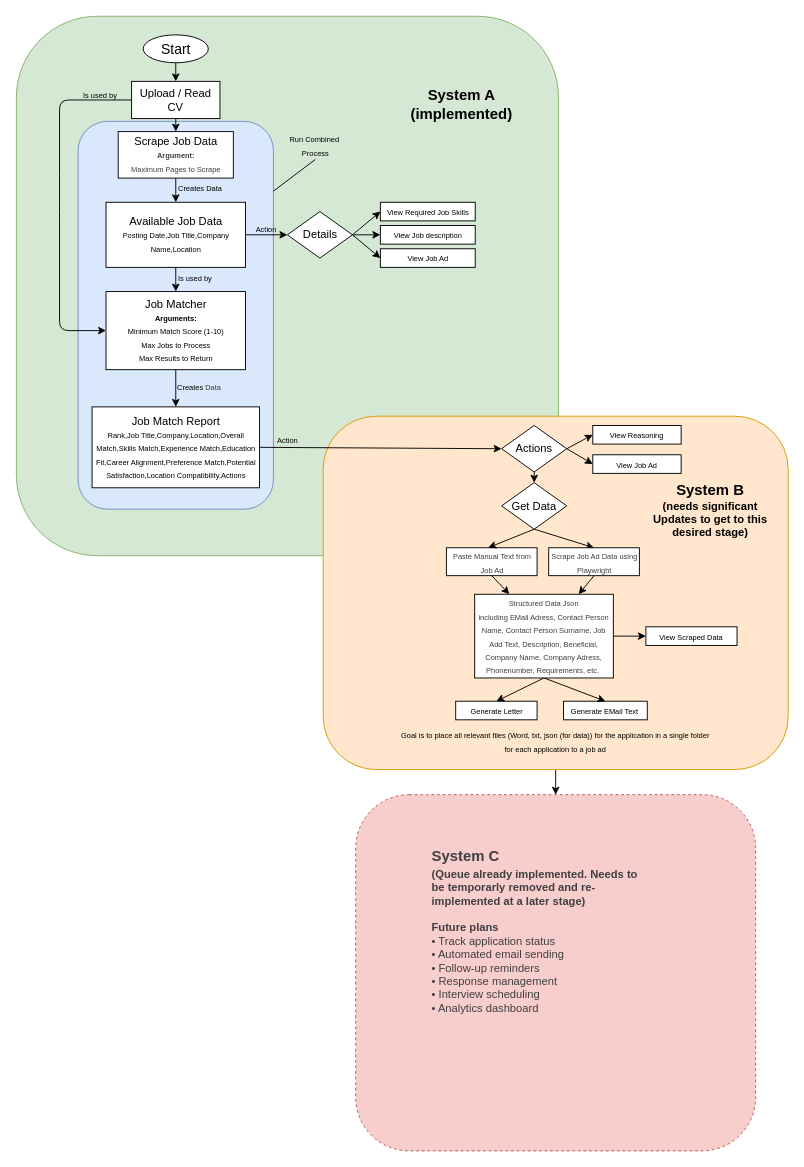
Before: docs/Detailed Implementation Plan File Reorganization & Simplification/flow.drawio in ClaudioLutz/JobSearchAI, a draw.io diagram. Source tidied: cells renumbered, new cells numbered last; positions are measured from the earlier drawing's top-left corner, leaving out a move shared by most shapes. Both pictures are drawn from the tidied source at 93%, with x=0, y=0 at pixel (16, 16).
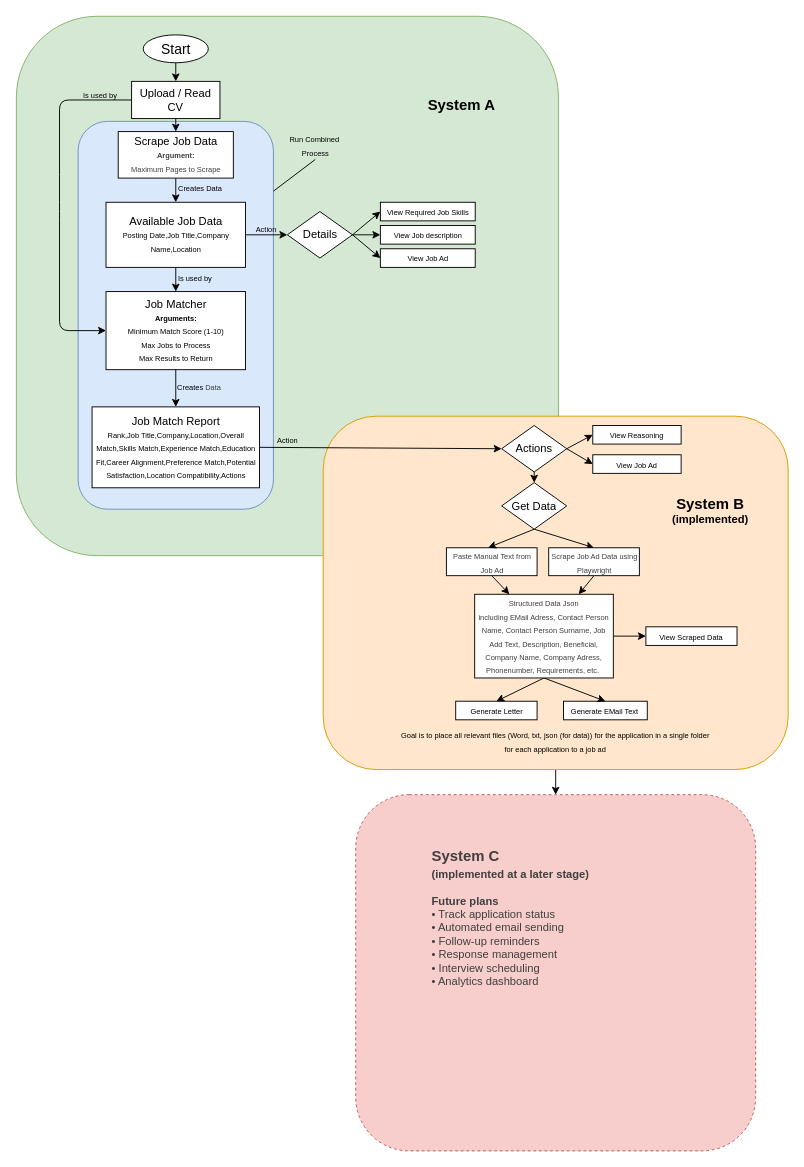
After the change.

What changed in the source:
```diff
@@
-    <mxCell id="45" value="&lt;font style=&quot;font-size: 16px;&quot;&gt;&lt;b&gt;System A&lt;/b&gt;&lt;/font&gt;&lt;div&gt;&lt;font style=&quot;font-size: 16px;&quot;&gt;&lt;b&gt;(implemented)&lt;/b&gt;&lt;/font&gt;&lt;/div&gt;" style="text;html=1;align=center;verticalAlign=middle;whiteSpace=wrap;rounded=0;" parent="1" vertex="1">
+    <mxCell id="45" value="&lt;font style=&quot;font-size: 16px;&quot;&gt;&lt;b&gt;System A&lt;/b&gt;&lt;/font&gt;" style="text;html=1;align=center;verticalAlign=middle;whiteSpace=wrap;rounded=0;" parent="1" vertex="1">
       <mxGeometry x="419" y="70" width="120" height="50" as="geometry" />
     </mxCell>
@@
-    <mxCell id="58" value="&lt;font style=&quot;font-size: 16px;&quot;&gt;&lt;b&gt;System B&lt;/b&gt;&lt;/font&gt;&lt;div&gt;&lt;font&gt;&lt;b style=&quot;&quot;&gt;(needs significant Updates to get to this desired stage)&lt;/b&gt;&lt;/font&gt;&lt;/div&gt;" style="text;html=1;align=center;verticalAlign=middle;whiteSpace=wrap;rounded=0;" parent="1" vertex="1">
+    <mxCell id="58" value="&lt;font style=&quot;font-size: 16px;&quot;&gt;&lt;b&gt;System B&lt;/b&gt;&lt;/font&gt;&lt;div&gt;&lt;font&gt;&lt;b style=&quot;&quot;&gt;(implemented)&lt;/b&gt;&lt;/font&gt;&lt;/div&gt;" style="text;html=1;align=center;verticalAlign=middle;whiteSpace=wrap;rounded=0;" parent="1" vertex="1">
       <mxGeometry x="684" y="501.5" width="125" height="58.5" as="geometry" />
     </mxCell>
-    <mxCell id="59" value="&lt;h1 style=&quot;margin-top: 0px;&quot;&gt;&lt;font style=&quot;color: rgb(63, 63, 63); scrollbar-color: rgb(226, 226, 226) rgb(251, 251, 251); font-weight: 400; text-align: center; font-size: 16px;&quot;&gt;&lt;b style=&quot;color: rgb(63, 63, 63); scrollbar-color: rgb(226, 226, 226) rgb(251, 251, 251);&quot;&gt;System C&lt;/b&gt;&lt;/font&gt;&lt;div style=&quot;color: rgb(63, 63, 63); scrollbar-color: rgb(226, 226, 226) rgb(251, 251, 251); font-size: 12px; font-weight: 400;&quot;&gt;&lt;font style=&quot;color: rgb(63, 63, 63); scrollbar-color: rgb(226, 226, 226) rgb(251, 251, 251);&quot;&gt;&lt;b style=&quot;color: rgb(63, 63, 63); scrollbar-color: rgb(226, 226, 226) rgb(251, 251, 251);&quot;&gt;(Queue already implemented. Needs to be temporarly removed and re-implemented at a later stage)&lt;/b&gt;&lt;/font&gt;&lt;/div&gt;&lt;div style=&quot;color: rgb(63, 63, 63); scrollbar-color: rgb(226, 226, 226) rgb(251, 251, 251); font-size: 12px; font-weight: 400;&quot;&gt;&lt;font style=&quot;color: rgb(63, 63, 63); scrollbar-color: rgb(226, 226, 226) rgb(251, 251, 251);&quot;&gt;&lt;b style=&quot;color: rgb(63, 63, 63); scrollbar-color: rgb(226, 226, 226) rgb(251, 251, 251);&quot;&gt;&lt;br&gt;&lt;/b&gt;&lt;/font&gt;&lt;/div&gt;&lt;div style=&quot;color: rgb(63, 63, 63); scrollbar-color: rgb(226, 226, 226) rgb(251, 251, 251); font-size: 12px; font-weight: 400;&quot;&gt;&lt;font style=&quot;color: rgb(63, 63, 63); scrollbar-color: rgb(226, 226, 226) rgb(251, 251, 251);&quot;&gt;&lt;b style=&quot;color: rgb(63, 63, 63); scrollbar-color: rgb(226, 226, 226) rgb(251, 251, 251);&quot;&gt;Future plans&lt;/b&gt;&lt;/font&gt;&lt;/div&gt;&lt;div style=&quot;color: rgb(63, 63, 63); scrollbar-color: rgb(226, 226, 226) rgb(251, 251, 251); font-size: 12px; font-weight: 400;&quot;&gt;&lt;span style=&quot;color: rgb(63, 63, 63); background-color: transparent;&quot;&gt;• Track application status&lt;/span&gt;&lt;/div&gt;&lt;div style=&quot;color: rgb(63, 63, 63); scrollbar-color: rgb(226, 226, 226) rgb(251, 251, 251); font-size: 12px; font-weight: 400;&quot;&gt;&lt;span style=&quot;color: rgb(63, 63, 63); background-color: transparent;&quot;&gt;• Automated email sending&amp;nbsp;&lt;/span&gt;&lt;/div&gt;&lt;div style=&quot;color: rgb(63, 63, 63); scrollbar-color: rgb(226, 226, 226) rgb(251, 251, 251); font-size: 12px; font-weight: 400;&quot;&gt;&lt;span style=&quot;color: rgb(63, 63, 63); background-color: transparent;&quot;&gt;• Follow-up reminders&amp;nbsp; &amp;nbsp; &amp;nbsp;&lt;/span&gt;&lt;/div&gt;&lt;div style=&quot;color: rgb(63, 63, 63); scrollbar-color: rgb(226, 226, 226) rgb(251, 251, 251); font-size: 12px; font-weight: 400;&quot;&gt;&lt;span style=&quot;color: rgb(63, 63, 63); background-color: transparent;&quot;&gt;• Response management&amp;nbsp; &amp;nbsp; &amp;nbsp;&lt;/span&gt;&lt;/div&gt;&lt;div style=&quot;color: rgb(63, 63, 63); scrollbar-color: rgb(226, 226, 226) rgb(251, 251, 251); font-size: 12px; font-weight: 400;&quot;&gt;&lt;span style=&quot;color: rgb(63, 63, 63); background-color: transparent;&quot;&gt;• Interview scheduling&amp;nbsp; &amp;nbsp;&amp;nbsp;&lt;/span&gt;&lt;/div&gt;&lt;div style=&quot;color: rgb(63, 63, 63); scrollbar-color: rgb(226, 226, 226) rgb(251, 251, 251); font-size: 12px; font-weight: 400;&quot;&gt;&lt;span style=&quot;color: rgb(63, 63, 63); background-color: transparent;&quot;&gt;• Analytics dashboard&amp;nbsp; &amp;nbsp; &amp;nbsp;&lt;/span&gt;&lt;/div&gt;&lt;/h1&gt;" style="text;html=1;whiteSpace=wrap;overflow=hidden;rounded=0;" parent="1" vertex="1">
+    <mxCell id="59" value="&lt;h1 style=&quot;margin-top: 0px;&quot;&gt;&lt;font style=&quot;color: rgb(63, 63, 63); scrollbar-color: rgb(226, 226, 226) rgb(251, 251, 251); font-weight: 400; text-align: center; font-size: 16px;&quot;&gt;&lt;b style=&quot;color: rgb(63, 63, 63); scrollbar-color: rgb(226, 226, 226) rgb(251, 251, 251);&quot;&gt;System C&lt;/b&gt;&lt;/font&gt;&lt;div style=&quot;color: rgb(63, 63, 63); scrollbar-color: rgb(226, 226, 226) rgb(251, 251, 251); font-size: 12px; font-weight: 400;&quot;&gt;&lt;font style=&quot;color: rgb(63, 63, 63); scrollbar-color: rgb(226, 226, 226) rgb(251, 251, 251);&quot;&gt;&lt;b style=&quot;color: rgb(63, 63, 63); scrollbar-color: rgb(226, 226, 226) rgb(251, 251, 251);&quot;&gt;(implemented at a later stage)&lt;/b&gt;&lt;/font&gt;&lt;/div&gt;&lt;div style=&quot;color: rgb(63, 63, 63); scrollbar-color: rgb(226, 226, 226) rgb(251, 251, 251); font-size: 12px; font-weight: 400;&quot;&gt;&lt;font style=&quot;color: rgb(63, 63, 63); scrollbar-color: rgb(226, 226, 226) rgb(251, 251, 251);&quot;&gt;&lt;b style=&quot;color: rgb(63, 63, 63); scrollbar-color: rgb(226, 226, 226) rgb(251, 251, 251);&quot;&gt;&lt;br&gt;&lt;/b&gt;&lt;/font&gt;&lt;/div&gt;&lt;div style=&quot;color: rgb(63, 63, 63); scrollbar-color: rgb(226, 226, 226) rgb(251, 251, 251); font-size: 12px; font-weight: 400;&quot;&gt;&lt;font style=&quot;color: rgb(63, 63, 63); scrollbar-color: rgb(226, 226, 226) rgb(251, 251, 251);&quot;&gt;&lt;b style=&quot;color: rgb(63, 63, 63); scrollbar-color: rgb(226, 226, 226) rgb(251, 251, 251);&quot;&gt;Future plans&lt;/b&gt;&lt;/font&gt;&lt;/div&gt;&lt;div style=&quot;color: rgb(63, 63, 63); scrollbar-color: rgb(226, 226, 226) rgb(251, 251, 251); font-size: 12px; font-weight: 400;&quot;&gt;&lt;span style=&quot;color: rgb(63, 63, 63); background-color: transparent;&quot;&gt;• Track application status&lt;/span&gt;&lt;/div&gt;&lt;div style=&quot;color: rgb(63, 63, 63); scrollbar-color: rgb(226, 226, 226) rgb(251, 251, 251); font-size: 12px; font-weight: 400;&quot;&gt;&lt;span style=&quot;color: rgb(63, 63, 63); background-color: transparent;&quot;&gt;• Automated email sending&amp;nbsp;&lt;/span&gt;&lt;/div&gt;&lt;div style=&quot;color: rgb(63, 63, 63); scrollbar-color: rgb(226, 226, 226) rgb(251, 251, 251); font-size: 12px; font-weight: 400;&quot;&gt;&lt;span style=&quot;color: rgb(63, 63, 63); background-color: transparent;&quot;&gt;• Follow-up reminders&amp;nbsp; &amp;nbsp; &amp;nbsp;&lt;/span&gt;&lt;/div&gt;&lt;div style=&quot;color: rgb(63, 63, 63); scrollbar-color: rgb(226, 226, 226) rgb(251, 251, 251); font-size: 12px; font-weight: 400;&quot;&gt;&lt;span style=&quot;color: rgb(63, 63, 63); background-color: transparent;&quot;&gt;• Response management&amp;nbsp; &amp;nbsp; &amp;nbsp;&lt;/span&gt;&lt;/div&gt;&lt;div style=&quot;color: rgb(63, 63, 63); scrollbar-color: rgb(226, 226, 226) rgb(251, 251, 251); font-size: 12px; font-weight: 400;&quot;&gt;&lt;span style=&quot;color: rgb(63, 63, 63); background-color: transparent;&quot;&gt;• Interview scheduling&amp;nbsp; &amp;nbsp;&amp;nbsp;&lt;/span&gt;&lt;/div&gt;&lt;div style=&quot;color: rgb(63, 63, 63); scrollbar-color: rgb(226, 226, 226) rgb(251, 251, 251); font-size: 12px; font-weight: 400;&quot;&gt;&lt;span style=&quot;color: rgb(63, 63, 63); background-color: transparent;&quot;&gt;• Analytics dashboard&amp;nbsp; &amp;nbsp; &amp;nbsp;&lt;/span&gt;&lt;/div&gt;&lt;/h1&gt;" style="text;html=1;whiteSpace=wrap;overflow=hidden;rounded=0;" parent="1" vertex="1">
       <mxGeometry x="445.1" y="880" width="223.5" height="240" as="geometry" />
     </mxCell>
```
